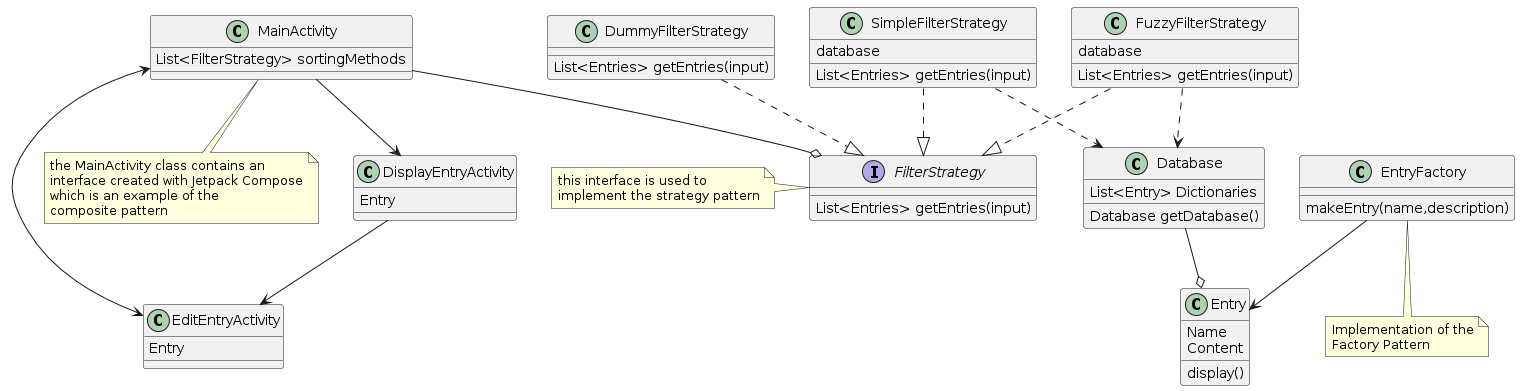
Before: resources/class-diagram.png, a diagram exported from PlantUML (sesh9096/ooad_semester_project).
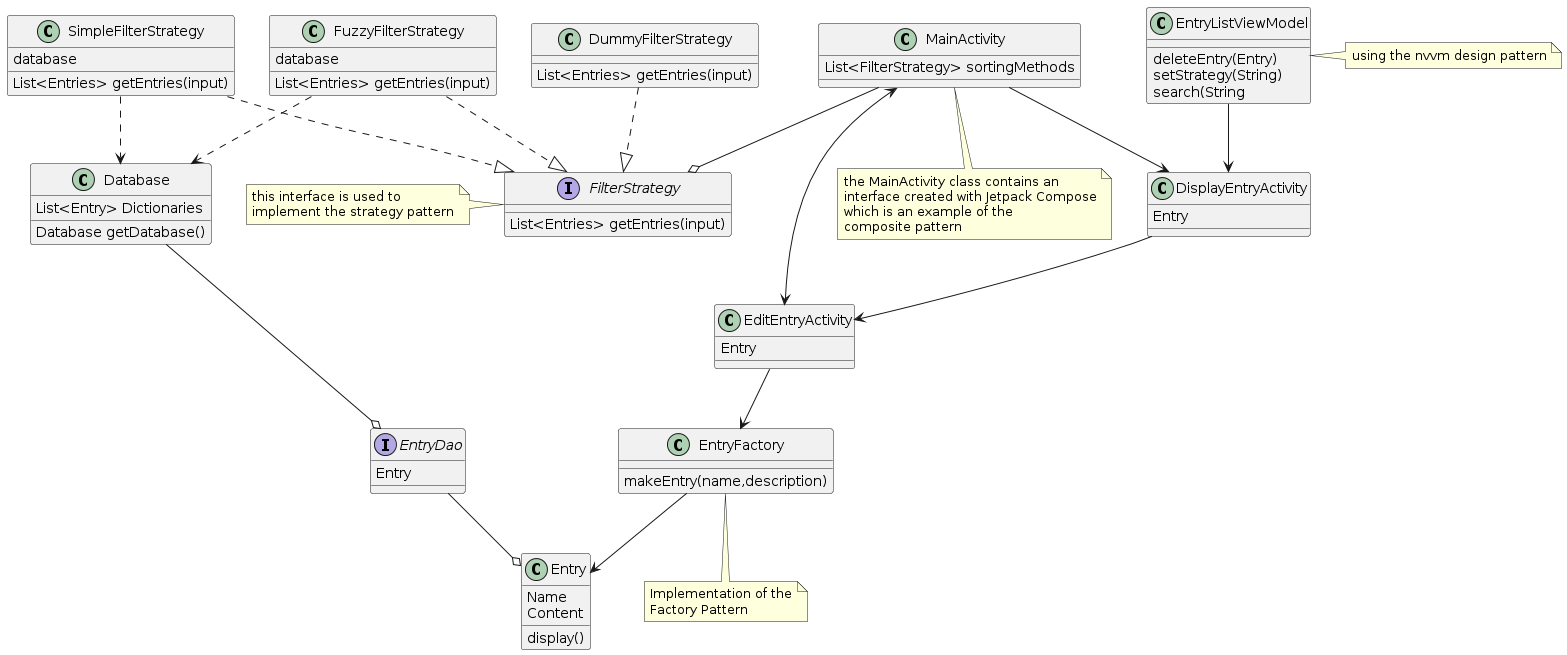
Later version of the same file.

Change to the diagram source:
```diff
@@ -37,6 +37,16 @@
 Class DisplayEntryActivity {
         Entry
 }
+class EntryListViewModel {
+     deleteEntry(Entry)
+     setStrategy(String)
+     search(String
+}
+note right: using the nvvm design pattern
+Interface EntryDao {
+     Entry
+}
+
 
 
 SimpleFilterStrategy ..|> FilterStrategy
@@ -44,10 +54,13 @@
 DummyFilterStrategy ..|> FilterStrategy
 SimpleFilterStrategy ..> Database
 FuzzyFilterStrategy ..> Database
-Database --o Entry
+Database --o EntryDao
+EntryDao --o Entry
 MainActivity --o FilterStrategy
 MainActivity <-> EditEntryActivity
 EntryFactory --> Entry
 MainActivity --> DisplayEntryActivity
 DisplayEntryActivity --> EditEntryActivity
+EditEntryActivity --> EntryFactory
+EntryListViewModel --> DisplayEntryActivity
 @enduml
```
